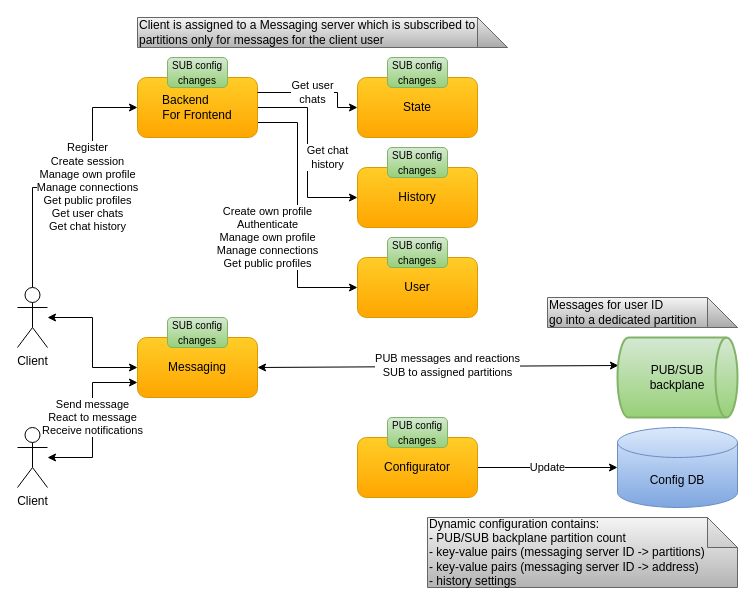
Before: docs/diagrams/cecochat-06-configuration.drawio in cvetomir-todorov/CecoChat, a draw.io diagram. Source tidied: cells renumbered, new cells numbered last; positions are measured from the earlier drawing's top-left corner, leaving out a move shared by most shapes. Both pictures are drawn from the tidied source at 100%, with x=0, y=0 at pixel (17, 17).
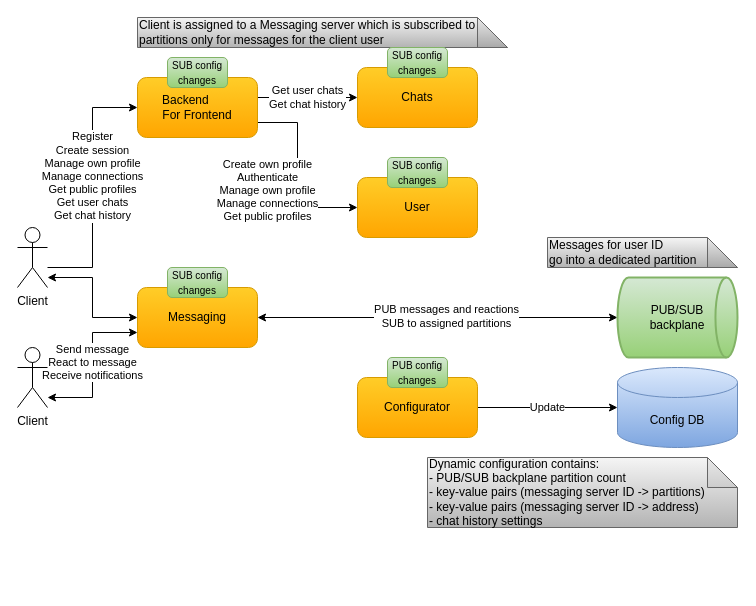
After the change.

Unchanged cells that the change refers to:
```xml
<mxCell id="21" value="&lt;font style=&quot;font-size: 12px&quot;&gt;Backend&amp;nbsp; &amp;nbsp; &amp;nbsp; &amp;nbsp;&lt;br&gt;For Frontend&lt;/font&gt;" style="rounded=1;whiteSpace=wrap;html=1;gradientColor=#ffa500;fillColor=#ffcd28;strokeColor=#d79b00;" parent="1" vertex="1">
  <mxGeometry x="120" y="60" width="120" height="60" as="geometry" />
</mxCell>
```

Diff of the diagram source:
```diff
@@
     <mxCell id="2" value="Messages for user ID&lt;br&gt;go into a dedicated partition" style="shape=note;whiteSpace=wrap;html=1;backgroundOutline=1;darkOpacity=0.05;align=left;gradientColor=#b3b3b3;fillColor=#f5f5f5;strokeColor=#666666;" parent="1" vertex="1">
-      <mxGeometry x="530" y="280" width="190" height="30" as="geometry" />
+      <mxGeometry x="530" y="220" width="190" height="30" as="geometry" />
     </mxCell>
-    <mxCell id="3" value="Dynamic configuration contains:&lt;br&gt;- PUB/SUB backplane partition count&lt;br&gt;- key-value pairs&amp;nbsp;(messaging server ID -&amp;gt; partitions)&lt;br&gt;- key-value pairs&amp;nbsp;(messaging&amp;nbsp;server ID -&amp;gt; address)&lt;br&gt;- history settings" style="shape=note;whiteSpace=wrap;html=1;backgroundOutline=1;darkOpacity=0.05;align=left;gradientColor=#b3b3b3;fillColor=#f5f5f5;strokeColor=#666666;" parent="1" vertex="1">
-      <mxGeometry x="410" y="500" width="310" height="70" as="geometry" />
+    <mxCell id="3" value="Dynamic configuration contains:&lt;br&gt;- PUB/SUB backplane partition count&lt;br&gt;- key-value pairs&amp;nbsp;(messaging server ID -&amp;gt; partitions)&lt;br&gt;- key-value pairs&amp;nbsp;(messaging&amp;nbsp;server ID -&amp;gt; address)&lt;br&gt;- chat history settings" style="shape=note;whiteSpace=wrap;html=1;backgroundOutline=1;darkOpacity=0.05;align=left;gradientColor=#b3b3b3;fillColor=#f5f5f5;strokeColor=#666666;" parent="1" vertex="1">
+      <mxGeometry x="410" y="440" width="310" height="70" as="geometry" />
     </mxCell>
@@
     <mxCell id="5" style="edgeStyle=orthogonalEdgeStyle;rounded=0;jettySize=auto;html=1;entryX=0;entryY=0.5;entryDx=0;entryDy=0;startArrow=classic;startFill=1;" parent="1" edge="1" source="7" target="11">
-      <mxGeometry relative="1" as="geometry" />
+      <mxGeometry relative="1" as="geometry">
+        <Array as="points">
+          <mxPoint x="75" y="260" />
+          <mxPoint x="75" y="300" />
+        </Array>
+      </mxGeometry>
     </mxCell>
     <mxCell id="6" value="Register&lt;br style=&quot;border-color: var(--border-color);&quot;&gt;Create session&lt;br style=&quot;border-color: var(--border-color);&quot;&gt;Manage own&amp;nbsp;profile&lt;br style=&quot;border-color: var(--border-color);&quot;&gt;Manage connections&lt;br style=&quot;border-color: var(--border-color);&quot;&gt;Get public profiles&lt;br style=&quot;border-color: var(--border-color);&quot;&gt;Get user chats&lt;br style=&quot;border-color: var(--border-color);&quot;&gt;Get chat history" style="edgeStyle=orthogonalEdgeStyle;rounded=0;jettySize=auto;html=1;entryX=0;entryY=0.5;entryDx=0;entryDy=0;" parent="1" edge="1" source="7" target="21">
       <mxGeometry x="0.09" relative="1" as="geometry">
         <Array as="points">
-          <mxPoint x="75" y="170" />
+          <mxPoint x="75" y="250" />
           <mxPoint x="75" y="90" />
         </Array>
       </mxGeometry>
     </mxCell>
     <mxCell id="7" value="Client" style="shape=umlActor;verticalLabelPosition=bottom;verticalAlign=top;html=1;outlineConnect=0;" parent="1" vertex="1">
-      <mxGeometry y="270" width="30" height="60" as="geometry" />
+      <mxGeometry y="210" width="30" height="60" as="geometry" />
     </mxCell>
     <mxCell id="8" value="Send message&lt;br&gt;React to message&lt;br&gt;Receive notifications" style="edgeStyle=orthogonalEdgeStyle;rounded=0;jettySize=auto;html=1;entryX=0;entryY=0.75;entryDx=0;entryDy=0;startArrow=classic;startFill=1;" parent="1" edge="1" source="9" target="11">
-      <mxGeometry x="0.03" relative="1" as="geometry" />
+      <mxGeometry x="0.03" relative="1" as="geometry">
+        <Array as="points">
+          <mxPoint x="75" y="380" />
+          <mxPoint x="75" y="315" />
+        </Array>
+      </mxGeometry>
     </mxCell>
     <mxCell id="9" value="Client" style="shape=umlActor;verticalLabelPosition=bottom;verticalAlign=top;html=1;outlineConnect=0;" parent="1" vertex="1">
-      <mxGeometry y="410" width="30" height="60" as="geometry" />
+      <mxGeometry y="330" width="30" height="60" as="geometry" />
     </mxCell>
-    <mxCell id="10" value="PUB messages and reactions&lt;br&gt;&lt;div&gt;SUB to assigned partitions&lt;/div&gt;" style="rounded=0;jettySize=auto;html=1;entryX=0.008;entryY=0.35;entryDx=0;entryDy=0;entryPerimeter=0;startArrow=classic;startFill=1;exitX=1;exitY=0.5;exitDx=0;exitDy=0;" parent="1" edge="1" source="11" target="12">
+    <mxCell id="10" value="PUB messages and reactions&lt;br&gt;&lt;div&gt;SUB to assigned partitions&lt;/div&gt;" style="rounded=0;jettySize=auto;html=1;entryX=0;entryY=0.5;entryDx=0;entryDy=0;entryPerimeter=0;startArrow=classic;startFill=1;exitX=1;exitY=0.5;exitDx=0;exitDy=0;" parent="1" edge="1" source="11" target="12">
       <mxGeometry x="0.05" y="1" relative="1" as="geometry" />
     </mxCell>
     <mxCell id="11" value="&lt;font style=&quot;font-size: 12px&quot;&gt;Messaging&lt;/font&gt;" style="rounded=1;whiteSpace=wrap;html=1;gradientColor=#ffa500;fillColor=#ffcd28;strokeColor=#d79b00;" parent="1" vertex="1">
-      <mxGeometry x="120" y="320" width="120" height="60" as="geometry" />
+      <mxGeometry x="120" y="270" width="120" height="60" as="geometry" />
     </mxCell>
     <mxCell id="12" value="PUB/SUB&lt;br&gt;backplane" style="strokeWidth=2;html=1;shape=mxgraph.flowchart.direct_data;whiteSpace=wrap;gradientColor=#97d077;fillColor=#d5e8d4;strokeColor=#82b366;" parent="1" vertex="1">
-      <mxGeometry x="600" y="320" width="120" height="80" as="geometry" />
+      <mxGeometry x="600" y="260" width="120" height="80" as="geometry" />
     </mxCell>
@@
     <mxCell id="14" value="Configurator" style="rounded=1;whiteSpace=wrap;html=1;gradientColor=#ffa500;fillColor=#ffcd28;strokeColor=#d79b00;" parent="1" vertex="1">
-      <mxGeometry x="340" y="420" width="120" height="60" as="geometry" />
+      <mxGeometry x="340" y="360" width="120" height="60" as="geometry" />
     </mxCell>
     <mxCell id="15" value="Config DB" style="shape=cylinder3;whiteSpace=wrap;html=1;boundedLbl=1;backgroundOutline=1;size=15;gradientColor=#7ea6e0;fillColor=#dae8fc;strokeColor=#6c8ebf;" parent="1" vertex="1">
-      <mxGeometry x="600" y="410" width="120" height="80" as="geometry" />
+      <mxGeometry x="600" y="350" width="120" height="80" as="geometry" />
     </mxCell>
-    <mxCell id="16" value="&lt;font style=&quot;font-size: 12px&quot;&gt;State&lt;/font&gt;" style="rounded=1;whiteSpace=wrap;html=1;gradientColor=#ffa500;fillColor=#ffcd28;strokeColor=#d79b00;" parent="1" vertex="1">
-      <mxGeometry x="340" y="60" width="120" height="60" as="geometry" />
+    <mxCell id="16" value="&lt;font style=&quot;font-size: 12px&quot;&gt;Chats&lt;/font&gt;" style="rounded=1;whiteSpace=wrap;html=1;gradientColor=#ffa500;fillColor=#ffcd28;strokeColor=#d79b00;" parent="1" vertex="1">
+      <mxGeometry x="340" y="50" width="120" height="60" as="geometry" />
     </mxCell>
     <mxCell id="17" value="&lt;font style=&quot;font-size: 10px&quot;&gt;PUB config&lt;br&gt;changes&lt;/font&gt;" style="rounded=1;whiteSpace=wrap;html=1;gradientColor=#97d077;fillColor=#d5e8d4;strokeColor=#82b366;" parent="1" vertex="1">
-      <mxGeometry x="370" y="400" width="60" height="30" as="geometry" />
+      <mxGeometry x="370" y="340" width="60" height="30" as="geometry" />
     </mxCell>
     <mxCell id="18" value="&lt;font style=&quot;font-size: 10px&quot;&gt;SUB config&lt;br&gt;changes&lt;/font&gt;" style="rounded=1;whiteSpace=wrap;html=1;gradientColor=#97d077;fillColor=#d5e8d4;strokeColor=#82b366;" parent="1" vertex="1">
-      <mxGeometry x="150" y="300" width="60" height="30" as="geometry" />
+      <mxGeometry x="150" y="250" width="60" height="30" as="geometry" />
     </mxCell>
-    <mxCell id="19" value="Get chat&lt;br style=&quot;border-color: var(--border-color);&quot;&gt;history" style="edgeStyle=orthogonalEdgeStyle;rounded=0;jettySize=auto;html=1;entryX=0;entryY=0.5;entryDx=0;entryDy=0;" parent="1" edge="1" source="21" target="25">
-      <mxGeometry x="0.05" y="20" relative="1" as="geometry">
-        <Array as="points">
-          <mxPoint x="290" y="90" />
-          <mxPoint x="290" y="180" />
-        </Array>
-      </mxGeometry>
-    </mxCell>
     <mxCell id="20" value="Create own profile&lt;br style=&quot;border-color: var(--border-color);&quot;&gt;Authenticate&lt;br style=&quot;border-color: var(--border-color);&quot;&gt;Manage own profile&lt;br style=&quot;border-color: var(--border-color);&quot;&gt;Manage connections&lt;br style=&quot;border-color: var(--border-color);&quot;&gt;Get public profiles" style="edgeStyle=orthogonalEdgeStyle;rounded=0;jettySize=auto;html=1;entryX=0;entryY=0.5;entryDx=0;entryDy=0;exitX=1;exitY=0.75;exitDx=0;exitDy=0;" parent="1" edge="1" source="21" target="27">
       <mxGeometry x="0.17" y="-30" relative="1" as="geometry">
         <Array as="points">
           <mxPoint x="280" y="105" />
-          <mxPoint x="280" y="270" />
+          <mxPoint x="280" y="190" />
         </Array>
       </mxGeometry>
     </mxCell>
+    <mxCell id="23" value="Get user chats&lt;br style=&quot;border-color: var(--border-color);&quot;&gt;Get chat history" style="edgeStyle=orthogonalEdgeStyle;rounded=0;jettySize=auto;html=1;entryX=0;entryY=0.5;entryDx=0;entryDy=0;" parent="1" edge="1" source="21" target="16">
+      <mxGeometry relative="1" as="geometry">
+        <Array as="points">
+          <mxPoint x="270" y="80" />
+          <mxPoint x="270" y="80" />
+        </Array>
+      </mxGeometry>
+    </mxCell>
@@
-    <mxCell id="23" value="Get user&lt;br style=&quot;border-color: var(--border-color);&quot;&gt;chats" style="endArrow=classic;html=1;exitX=1;exitY=0.25;exitDx=0;exitDy=0;entryX=0;entryY=0.5;entryDx=0;entryDy=0;edgeStyle=orthogonalEdgeStyle;rounded=0;" parent="1" edge="1" source="21" target="16">
-      <mxGeometry x="-0.13" y="-5" relative="1" as="geometry">
-        <Array as="points">
-          <mxPoint x="320" y="75" />
-          <mxPoint x="320" y="90" />
-        </Array>
-        <mxPoint x="5" y="-5" as="offset" />
-      </mxGeometry>
-    </mxCell>
     <mxCell id="24" value="&lt;font style=&quot;font-size: 10px&quot;&gt;SUB config&lt;br&gt;changes&lt;/font&gt;" style="rounded=1;whiteSpace=wrap;html=1;gradientColor=#97d077;fillColor=#d5e8d4;strokeColor=#82b366;" parent="1" vertex="1">
-      <mxGeometry x="370" y="40" width="60" height="30" as="geometry" />
+      <mxGeometry x="370" y="30" width="60" height="30" as="geometry" />
     </mxCell>
-    <mxCell id="25" value="&lt;font style=&quot;font-size: 12px&quot;&gt;History&lt;/font&gt;" style="rounded=1;whiteSpace=wrap;html=1;gradientColor=#ffa500;fillColor=#ffcd28;strokeColor=#d79b00;" parent="1" vertex="1">
-      <mxGeometry x="340" y="150" width="120" height="60" as="geometry" />
-    </mxCell>
-    <mxCell id="26" value="&lt;font style=&quot;font-size: 10px&quot;&gt;SUB config&lt;br&gt;changes&lt;/font&gt;" style="rounded=1;whiteSpace=wrap;html=1;gradientColor=#97d077;fillColor=#d5e8d4;strokeColor=#82b366;" parent="1" vertex="1">
-      <mxGeometry x="370" y="130" width="60" height="30" as="geometry" />
-    </mxCell>
     <mxCell id="27" value="&lt;font style=&quot;font-size: 12px&quot;&gt;User&lt;/font&gt;" style="rounded=1;whiteSpace=wrap;html=1;gradientColor=#ffa500;fillColor=#ffcd28;strokeColor=#d79b00;" parent="1" vertex="1">
-      <mxGeometry x="340" y="240" width="120" height="60" as="geometry" />
+      <mxGeometry x="340" y="160" width="120" height="60" as="geometry" />
     </mxCell>
     <mxCell id="28" value="&lt;font style=&quot;font-size: 10px&quot;&gt;SUB config&lt;br&gt;changes&lt;/font&gt;" style="rounded=1;whiteSpace=wrap;html=1;gradientColor=#97d077;fillColor=#d5e8d4;strokeColor=#82b366;" parent="1" vertex="1">
-      <mxGeometry x="370" y="220" width="60" height="30" as="geometry" />
+      <mxGeometry x="370" y="140" width="60" height="30" as="geometry" />
     </mxCell>
```
